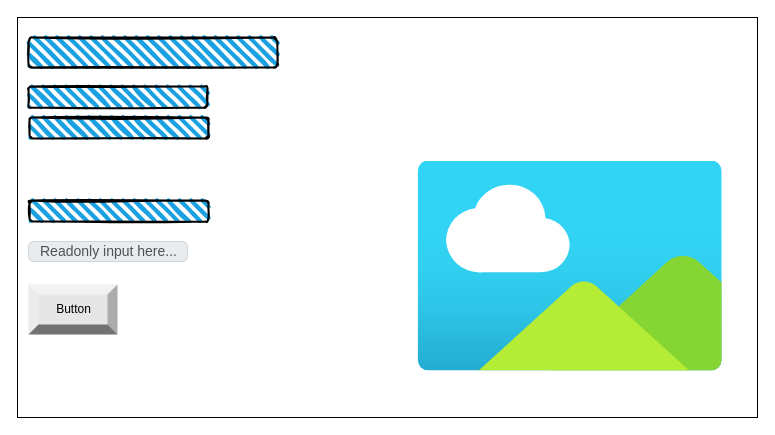
This is page "Page-1" (1 of 2) of design/story-board.drawio from ekaterina-chernykh/ICS20-Unit-5-08, a draw.io file, before an edit. Source tidied: cells renumbered, new cells numbered last; positions are measured from the earlier drawing's top-left corner, leaving out a move shared by most shapes. Both pictures are drawn from the tidied source at 100%, with x=0, y=0 at pixel (17, 17).
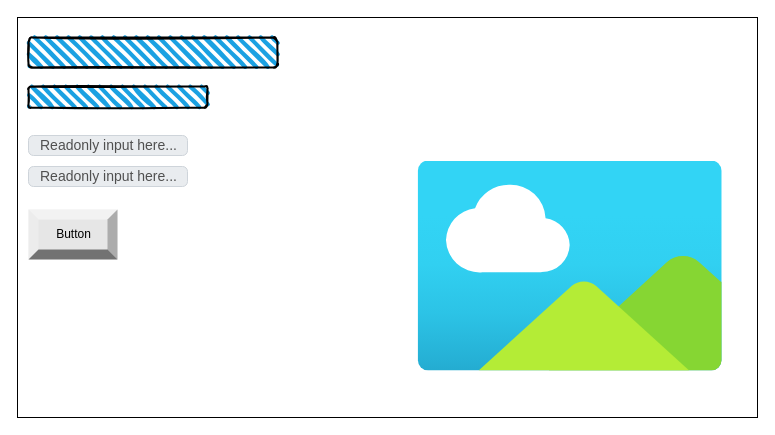
After the change.

Change to the diagram source:
```diff
@@
 <mxGraphModel>
   <root>
     <mxCell id="0" />
     <mxCell id="1" parent="0" />
     <mxCell id="2" style="rounded=0;whiteSpace=wrap;html=1;" parent="1" vertex="1">
       <mxGeometry width="740" height="400" as="geometry" />
     </mxCell>
     <mxCell id="3" style="rounded=1;whiteSpace=wrap;html=1;strokeWidth=2;fillWeight=4;hachureGap=8;hachureAngle=45;fillColor=#1ba1e2;sketch=1;" parent="1" vertex="1">
       <mxGeometry x="11" y="20" width="249" height="30" as="geometry" />
     </mxCell>
-    <mxCell id="4" style="rounded=1;whiteSpace=wrap;html=1;strokeWidth=2;fillWeight=4;hachureGap=8;hachureAngle=45;fillColor=#1ba1e2;sketch=1;" parent="1" vertex="1">
-      <mxGeometry x="12" y="100" width="179" height="21" as="geometry" />
-    </mxCell>
     <mxCell id="5" style="rounded=1;whiteSpace=wrap;html=1;strokeWidth=2;fillWeight=4;hachureGap=8;hachureAngle=45;fillColor=#1ba1e2;sketch=1;" parent="1" vertex="1">
       <mxGeometry x="11" y="69" width="179" height="21" as="geometry" />
     </mxCell>
-    <mxCell id="6" style="rounded=1;whiteSpace=wrap;html=1;strokeWidth=2;fillWeight=4;hachureGap=8;hachureAngle=45;fillColor=#1ba1e2;sketch=1;" parent="1" vertex="1">
-      <mxGeometry x="12" y="183" width="179" height="21" as="geometry" />
-    </mxCell>
     <mxCell id="7" value="Readonly input here..." style="html=1;shadow=0;dashed=0;shape=mxgraph.bootstrap.rrect;rSize=5;strokeColor=#CED4DA;strokeWidth=1;fillColor=#E9ECEF;fontColor=#505050;whiteSpace=wrap;align=left;verticalAlign=middle;spacingLeft=10;fontSize=14;" parent="1" vertex="1">
-      <mxGeometry x="11" y="224" width="159" height="20" as="geometry" />
+      <mxGeometry x="11" y="149" width="159" height="20" as="geometry" />
     </mxCell>
     <mxCell id="8" value="Button" style="labelPosition=center;verticalLabelPosition=middle;align=center;html=1;shape=mxgraph.basic.shaded_button;dx=10;fillColor=#E6E6E6;strokeColor=none;" parent="1" vertex="1">
-      <mxGeometry x="11" y="267" width="89" height="50" as="geometry" />
+      <mxGeometry x="11" y="192" width="89" height="50" as="geometry" />
     </mxCell>
     <mxCell id="9" style="html=1;align=center;image;fontSize=12;image=img/lib/azure2/general/Image.svg;fillColor=#BA6D07;" parent="1" vertex="1">
       <mxGeometry x="400" y="143.5" width="305.4" height="210" as="geometry" />
     </mxCell>
+    <mxCell id="10" value="Readonly input here..." style="html=1;shadow=0;dashed=0;shape=mxgraph.bootstrap.rrect;rSize=5;strokeColor=#CED4DA;strokeWidth=1;fillColor=#E9ECEF;fontColor=#505050;whiteSpace=wrap;align=left;verticalAlign=middle;spacingLeft=10;fontSize=14;" parent="1" vertex="1">
+      <mxGeometry x="11" y="118" width="159" height="20" as="geometry" />
+    </mxCell>
   </root>
 </mxGraphModel>
```
